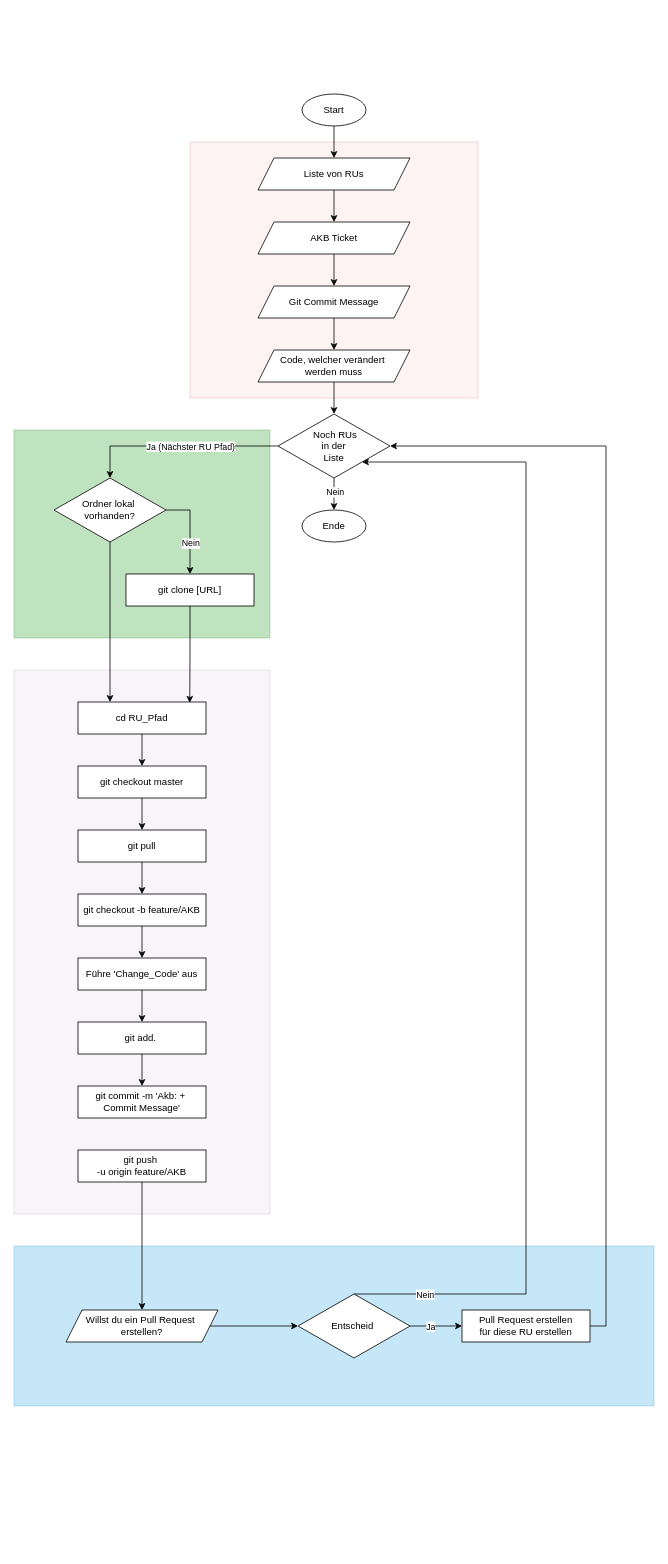
Before: Flowchart/GitBulk_FlowChart.drawio in samuelm203/GitBulk, a draw.io diagram. Source tidied: cells renumbered, new cells numbered last; positions are measured from the earlier drawing's top-left corner, leaving out a move shared by most shapes. Both pictures are drawn from the tidied source at 80%, with x=0, y=0 at pixel (14, 94).
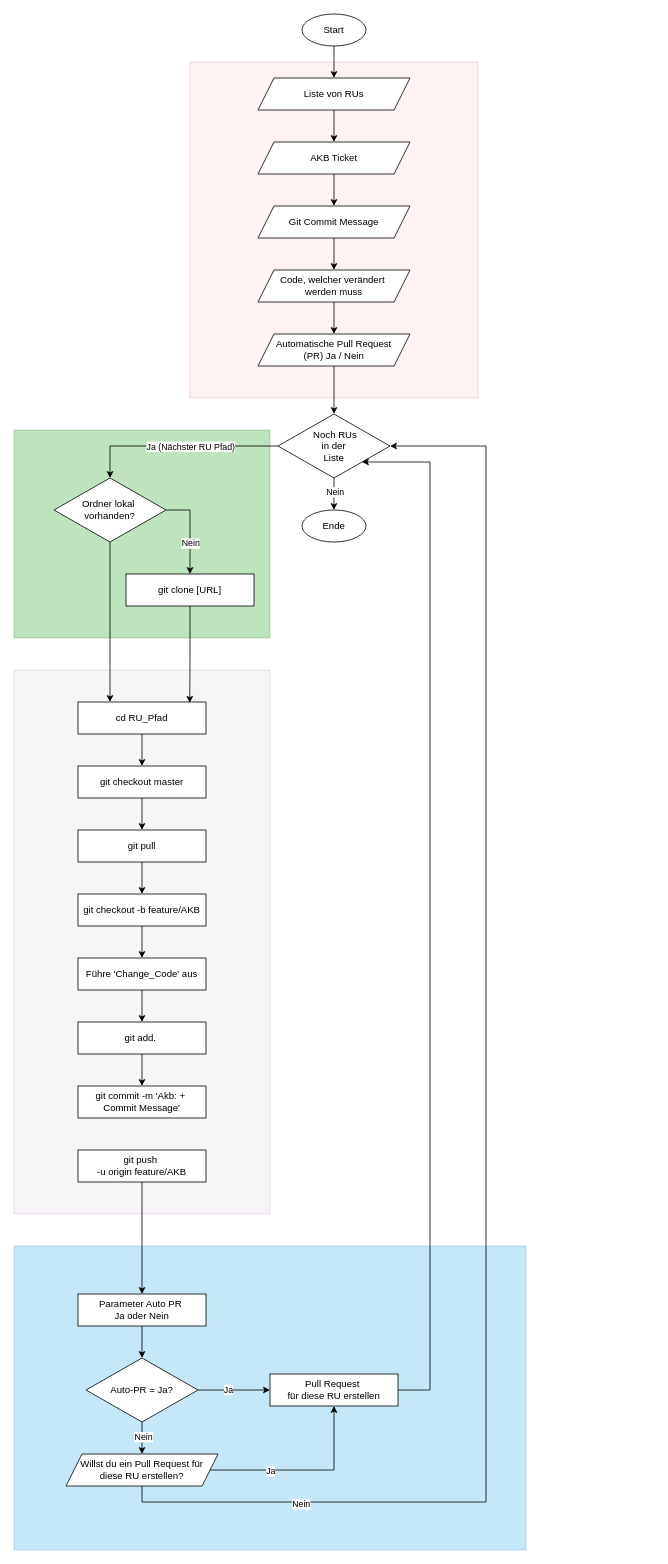
The same diagram, later.

Commit message (it also covers changes not shown here):
Update Git bulk flowchart: refine layout, adjust dimensions, and add new step for auto PR

The change refers to these unchanged cells:
```xml
<mxCell id="19" value="&amp;nbsp; Noch RUs&amp;nbsp;&lt;div&gt;in der&lt;/div&gt;&lt;div&gt;Liste&lt;/div&gt;" style="rhombus;whiteSpace=wrap;html=1;" parent="1" vertex="1">
  <mxGeometry x="330" y="400" width="140" height="80" as="geometry" />
</mxCell>
<mxCell id="42" value="git push&amp;nbsp;&lt;div&gt;-u origin feature/AKB&lt;/div&gt;" style="rounded=0;whiteSpace=wrap;html=1;" parent="1" vertex="1">
  <mxGeometry x="80" y="1320" width="160" height="40" as="geometry" />
</mxCell>
<mxCell id="43" style="edgeStyle=orthogonalEdgeStyle;rounded=0;jettySize=auto;html=1;exitX=1;exitY=0.5;exitDx=0;exitDy=0;entryX=0;entryY=0.5;entryDx=0;entryDy=0;" parent="1" edge="1" source="47" target="49">
  <mxGeometry relative="1" as="geometry" />
</mxCell>
```

Diff of the diagram source:
```diff
@@
     <mxCell id="2" style="rounded=0;whiteSpace=wrap;html=1;fillColor=#1ba1e2;strokeColor=#006EAF;opacity=25;fontColor=#ffffff;" parent="1" vertex="1">
-      <mxGeometry y="1440" width="800" height="200" as="geometry" />
+      <mxGeometry y="1440" width="640" height="380" as="geometry" />
     </mxCell>
@@
     <mxCell id="5" style="rounded=0;whiteSpace=wrap;html=1;fillColor=#f8cecc;strokeColor=#b85450;opacity=25;" parent="1" vertex="1">
-      <mxGeometry x="220" y="60" width="360" height="320" as="geometry" />
+      <mxGeometry x="220" y="-40" width="360" height="420" as="geometry" />
     </mxCell>
@@
     <mxCell id="7" value="Start" style="ellipse;whiteSpace=wrap;html=1;" parent="1" vertex="1">
-      <mxGeometry x="360" width="80" height="40" as="geometry" />
+      <mxGeometry x="360" y="-100" width="80" height="40" as="geometry" />
     </mxCell>
@@
-    <mxCell id="9" style="edgeStyle=orthogonalEdgeStyle;rounded=0;jettySize=auto;html=1;" parent="1" edge="1" source="10" target="19">
+    <mxCell id="9" style="edgeStyle=orthogonalEdgeStyle;rounded=0;jettySize=auto;html=1;" parent="1" edge="1" source="61" target="19">
       <mxGeometry relative="1" as="geometry" />
     </mxCell>
     <mxCell id="10" value="Code, welcher verändert&amp;nbsp;&lt;div&gt;werden muss&lt;/div&gt;" style="shape=parallelogram;perimeter=parallelogramPerimeter;whiteSpace=wrap;html=1;fixedSize=1;" parent="1" vertex="1">
-      <mxGeometry x="305" y="320" width="190" height="40" as="geometry" />
+      <mxGeometry x="305" y="220" width="190" height="40" as="geometry" />
     </mxCell>
@@
     <mxCell id="12" value="&lt;div&gt;AKB Ticket&lt;/div&gt;" style="shape=parallelogram;perimeter=parallelogramPerimeter;whiteSpace=wrap;html=1;fixedSize=1;" parent="1" vertex="1">
-      <mxGeometry x="305" y="160" width="190" height="40" as="geometry" />
+      <mxGeometry x="305" y="60" width="190" height="40" as="geometry" />
     </mxCell>
@@
     <mxCell id="14" value="Git Commit Message" style="shape=parallelogram;perimeter=parallelogramPerimeter;whiteSpace=wrap;html=1;fixedSize=1;" parent="1" vertex="1">
-      <mxGeometry x="305" y="240" width="190" height="40" as="geometry" />
+      <mxGeometry x="305" y="140" width="190" height="40" as="geometry" />
     </mxCell>
@@
     <mxCell id="39" value="&lt;div&gt;Liste von RUs&lt;/div&gt;" style="shape=parallelogram;perimeter=parallelogramPerimeter;whiteSpace=wrap;html=1;fixedSize=1;" parent="1" vertex="1">
-      <mxGeometry x="305" y="80" width="190" height="40" as="geometry" />
+      <mxGeometry x="305" y="-20" width="190" height="40" as="geometry" />
     </mxCell>
@@
-    <mxCell id="41" style="edgeStyle=orthogonalEdgeStyle;rounded=0;jettySize=auto;html=1;exitX=0.5;exitY=1;exitDx=0;exitDy=0;entryX=0.5;entryY=0;entryDx=0;entryDy=0;" parent="1" edge="1" source="42" target="51">
-      <mxGeometry relative="1" as="geometry" />
-    </mxCell>
+    <mxCell id="52" style="edgeStyle=orthogonalEdgeStyle;rounded=0;jettySize=auto;html=1;entryX=0.5;entryY=0;entryDx=0;entryDy=0;" parent="1" edge="1" source="42" target="63">
+      <mxGeometry relative="1" as="geometry" />
+    </mxCell>
@@
-    <mxCell id="44" value="Ja" style="edgeLabel;html=1;align=center;verticalAlign=middle;" parent="43" vertex="1">
-      <mxGeometry x="-0.23" relative="1" as="geometry" />
-    </mxCell>
-    <mxCell id="45" style="edgeStyle=orthogonalEdgeStyle;rounded=0;jettySize=auto;html=1;exitX=0.5;exitY=0;exitDx=0;exitDy=0;entryX=1;entryY=1;entryDx=0;entryDy=0;" parent="1" edge="1" source="47" target="19">
-      <mxGeometry relative="1" as="geometry">
-        <Array as="points">
-          <mxPoint x="640" y="1500" />
-          <mxPoint x="640" y="460" />
-        </Array>
-      </mxGeometry>
-    </mxCell>
-    <mxCell id="46" value="Nein" style="edgeLabel;html=1;align=center;verticalAlign=middle;" parent="45" vertex="1">
-      <mxGeometry x="-0.88" relative="1" as="geometry" />
-    </mxCell>
+    <mxCell id="53" value="Ja" style="edgeLabel;html=1;align=center;verticalAlign=middle;" parent="43" vertex="1">
+      <mxGeometry x="-0.18" y="1" relative="1" as="geometry" />
+    </mxCell>
+    <mxCell id="54" style="edgeStyle=orthogonalEdgeStyle;rounded=0;jettySize=auto;html=1;exitX=0.5;exitY=1;exitDx=0;exitDy=0;entryX=0.5;entryY=0;entryDx=0;entryDy=0;" parent="1" edge="1" source="47" target="51">
+      <mxGeometry relative="1" as="geometry" />
+    </mxCell>
+    <mxCell id="55" value="Nein" style="edgeLabel;html=1;align=center;verticalAlign=middle;" parent="54" vertex="1">
+      <mxGeometry x="-0.11" y="1" relative="1" as="geometry" />
+    </mxCell>
-    <mxCell id="47" value="&lt;div&gt;Entscheid&amp;nbsp;&lt;/div&gt;" style="rhombus;whiteSpace=wrap;html=1;" parent="1" vertex="1">
-      <mxGeometry x="355" y="1500" width="140" height="80" as="geometry" />
+    <mxCell id="47" value="&lt;div&gt;Auto-PR = Ja?&lt;/div&gt;" style="rhombus;whiteSpace=wrap;html=1;" parent="1" vertex="1">
+      <mxGeometry x="90" y="1580" width="140" height="80" as="geometry" />
     </mxCell>
-    <mxCell id="48" style="edgeStyle=orthogonalEdgeStyle;rounded=0;jettySize=auto;html=1;exitX=1;exitY=0.5;exitDx=0;exitDy=0;entryX=1;entryY=0.5;entryDx=0;entryDy=0;" parent="1" edge="1" source="49" target="19">
-      <mxGeometry relative="1" as="geometry" />
+    <mxCell id="48" style="edgeStyle=orthogonalEdgeStyle;rounded=0;jettySize=auto;html=1;exitX=1;exitY=0.5;exitDx=0;exitDy=0;entryX=1;entryY=1;entryDx=0;entryDy=0;" parent="1" edge="1" source="49" target="19">
+      <mxGeometry relative="1" as="geometry">
+        <Array as="points">
+          <mxPoint x="520" y="1620" />
+          <mxPoint x="520" y="460" />
+        </Array>
+      </mxGeometry>
     </mxCell>
-    <mxCell id="49" value="Pull Request erstellen&lt;div&gt;für diese RU erstellen&lt;/div&gt;" style="rounded=0;whiteSpace=wrap;html=1;" parent="1" vertex="1">
-      <mxGeometry x="560" y="1520" width="160" height="40" as="geometry" />
+    <mxCell id="49" value="Pull Request&amp;nbsp;&lt;div&gt;für diese RU erstellen&lt;/div&gt;" style="rounded=0;whiteSpace=wrap;html=1;" parent="1" vertex="1">
+      <mxGeometry x="320" y="1600" width="160" height="40" as="geometry" />
     </mxCell>
-    <mxCell id="50" style="edgeStyle=orthogonalEdgeStyle;rounded=0;jettySize=auto;html=1;exitX=1;exitY=0.5;exitDx=0;exitDy=0;entryX=0;entryY=0.5;entryDx=0;entryDy=0;" parent="1" edge="1" source="51" target="47">
-      <mxGeometry relative="1" as="geometry" />
-    </mxCell>
+    <mxCell id="56" style="edgeStyle=orthogonalEdgeStyle;rounded=0;jettySize=auto;html=1;exitX=1;exitY=0.5;exitDx=0;exitDy=0;entryX=0.5;entryY=1;entryDx=0;entryDy=0;" parent="1" edge="1" source="51" target="49">
+      <mxGeometry relative="1" as="geometry" />
+    </mxCell>
+    <mxCell id="57" value="Ja" style="edgeLabel;html=1;align=center;verticalAlign=middle;" parent="56" vertex="1">
+      <mxGeometry x="-0.36" y="-1" relative="1" as="geometry" />
+    </mxCell>
+    <mxCell id="58" style="edgeStyle=orthogonalEdgeStyle;rounded=0;jettySize=auto;html=1;exitX=0.5;exitY=1;exitDx=0;exitDy=0;entryX=1;entryY=0.5;entryDx=0;entryDy=0;" parent="1" edge="1" source="51" target="19">
+      <mxGeometry relative="1" as="geometry">
+        <Array as="points">
+          <mxPoint x="160" y="1760" />
+          <mxPoint x="590" y="1760" />
+          <mxPoint x="590" y="440" />
+        </Array>
+      </mxGeometry>
+    </mxCell>
+    <mxCell id="59" value="Nein" style="edgeLabel;html=1;align=center;verticalAlign=middle;" parent="58" vertex="1">
+      <mxGeometry x="-0.77" y="-2" relative="1" as="geometry">
+        <mxPoint x="1" as="offset" />
+      </mxGeometry>
+    </mxCell>
-    <mxCell id="51" value="&lt;div&gt;Willst du ein Pull Request&amp;nbsp;&lt;/div&gt;&lt;div&gt;erstellen?&lt;/div&gt;" style="shape=parallelogram;perimeter=parallelogramPerimeter;whiteSpace=wrap;html=1;fixedSize=1;" parent="1" vertex="1">
-      <mxGeometry x="65" y="1520" width="190" height="40" as="geometry" />
+    <mxCell id="51" value="&lt;div&gt;Willst du ein Pull Request für&lt;/div&gt;&lt;div&gt;diese RU &lt;span style=&quot;background-color: transparent; color: light-dark(rgb(0, 0, 0), rgb(255, 255, 255));&quot;&gt;erstellen?&lt;/span&gt;&lt;/div&gt;" style="shape=parallelogram;perimeter=parallelogramPerimeter;whiteSpace=wrap;html=1;fixedSize=1;" parent="1" vertex="1">
+      <mxGeometry x="65" y="1700" width="190" height="40" as="geometry" />
     </mxCell>
+    <mxCell id="60" style="edgeStyle=orthogonalEdgeStyle;rounded=0;jettySize=auto;html=1;" parent="1" edge="1" source="10" target="61">
+      <mxGeometry relative="1" as="geometry" />
+    </mxCell>
+    <mxCell id="61" value="Automatische Pull Request&lt;div&gt;(PR) Ja / Nein&lt;/div&gt;" style="shape=parallelogram;perimeter=parallelogramPerimeter;whiteSpace=wrap;html=1;fixedSize=1;" parent="1" vertex="1">
+      <mxGeometry x="305" y="300" width="190" height="40" as="geometry" />
+    </mxCell>
+    <mxCell id="62" style="edgeStyle=orthogonalEdgeStyle;rounded=0;jettySize=auto;html=1;exitX=0.5;exitY=1;exitDx=0;exitDy=0;entryX=0.5;entryY=0;entryDx=0;entryDy=0;" parent="1" edge="1" source="63" target="47">
+      <mxGeometry relative="1" as="geometry" />
+    </mxCell>
+    <mxCell id="63" value="Parameter Auto PR&amp;nbsp;&lt;div&gt;Ja oder Nein&lt;/div&gt;" style="rounded=0;whiteSpace=wrap;html=1;" parent="1" vertex="1">
+      <mxGeometry x="80" y="1500" width="160" height="40" as="geometry" />
+    </mxCell>
```
